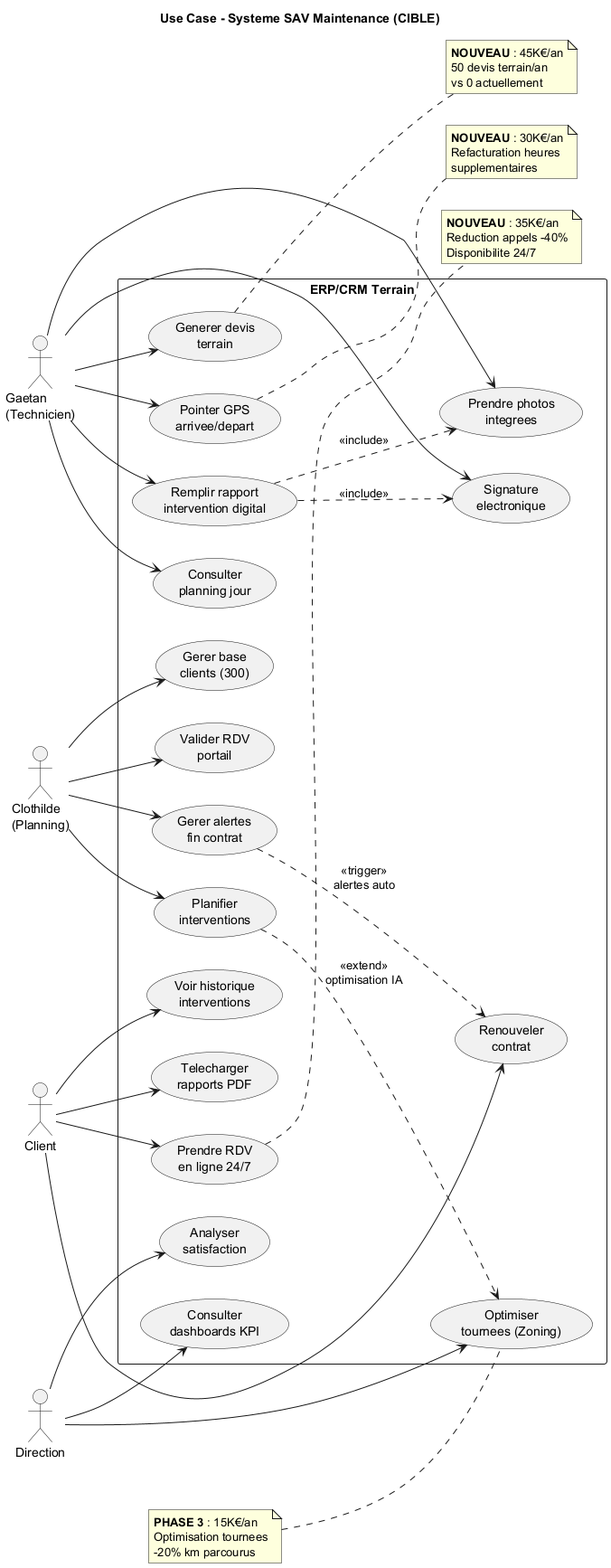
Earlier version of the PlantUML export Services/Maintenance-Technique/uml/png/UseCase_Acteurs.png (JordanSerafini/Audit_Duret). Its diagram source:
```plantuml
@startuml UseCase_Acteurs

title Use Case - Systeme SAV Maintenance (CIBLE)

left to right direction

actor "Gaetan\n(Technicien)" as Tech
actor "Clothilde\n(Planning)" as Clo
actor "Client" as Client
actor "Direction" as Dir

rectangle "ERP/CRM Terrain" {
  usecase "Consulter\nplanning jour" as UC1
  usecase "Remplir rapport\nintervention digital" as UC2
  usecase "Generer devis\nterrain" as UC3
  usecase "Pointer GPS\narrivee/depart" as UC4
  usecase "Prendre photos\nintegrees" as UC5
  usecase "Signature\nelectronique" as UC6

  usecase "Planifier\ninterventions" as UC7
  usecase "Gerer base\nclients (300)" as UC8
  usecase "Valider RDV\nportail" as UC9
  usecase "Gerer alertes\nfin contrat" as UC10

  usecase "Prendre RDV\nen ligne 24/7" as UC11
  usecase "Voir historique\ninterventions" as UC12
  usecase "Telecharger\nrapports PDF" as UC13
  usecase "Renouveler\ncontrat" as UC14

  usecase "Consulter\ndashboards KPI" as UC15
  usecase "Analyser\nsatisfaction" as UC16
  usecase "Optimiser\ntournees (Zoning)" as UC17
}

Tech --> UC1
Tech --> UC2
Tech --> UC3
Tech --> UC4
Tech --> UC5
Tech --> UC6

Clo --> UC7
Clo --> UC8
Clo --> UC9
Clo --> UC10

Client --> UC11
Client --> UC12
Client --> UC13
Client --> UC14

Dir --> UC15
Dir --> UC16
Dir --> UC17

UC2 ..> UC5 : <<include>>
UC2 ..> UC6 : <<include>>

UC7 ..> UC17 : <<extend>>\noptimisation IA

UC10 ..> UC14 : <<trigger>>\nalertes auto

note right of UC3
  **NOUVEAU** : 45K€/an
  50 devis terrain/an
  vs 0 actuellement
end note

note right of UC4
  **NOUVEAU** : 30K€/an
  Refacturation heures
  supplementaires
end note

note right of UC11
  **NOUVEAU** : 35K€/an
  Reduction appels -40%
  Disponibilite 24/7
end note

note left of UC17
  **PHASE 3** : 15K€/an
  Optimisation tournees
  -20% km parcourus
end note

@enduml
```
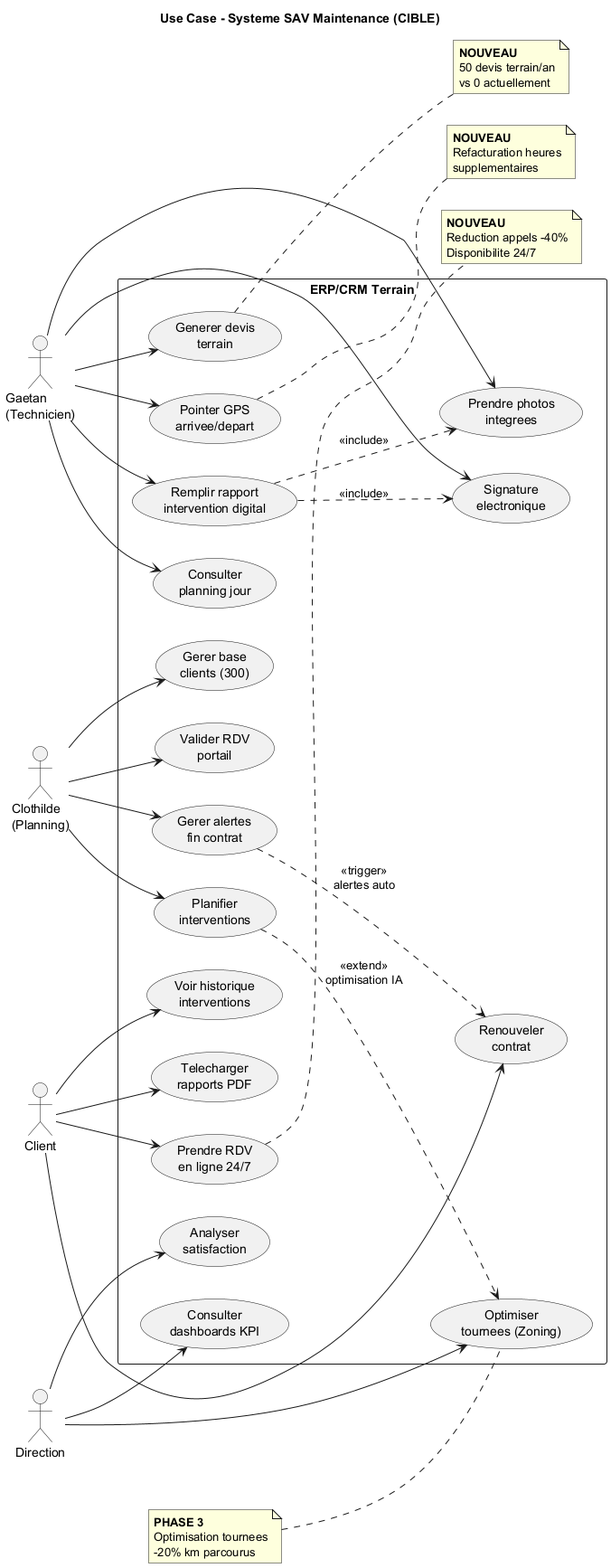
After the change.

Diff of the diagram source:
```diff
@@ -61,25 +61,25 @@
 UC10 ..> UC14 : <<trigger>>\nalertes auto
 
 note right of UC3
-  **NOUVEAU** : 45K€/an
+  **NOUVEAU**
   50 devis terrain/an
   vs 0 actuellement
 end note
 
 note right of UC4
-  **NOUVEAU** : 30K€/an
+  **NOUVEAU**
   Refacturation heures
   supplementaires
 end note
 
 note right of UC11
-  **NOUVEAU** : 35K€/an
+  **NOUVEAU**
   Reduction appels -40%
   Disponibilite 24/7
 end note
 
 note left of UC17
-  **PHASE 3** : 15K€/an
+  **PHASE 3**
   Optimisation tournees
   -20% km parcourus
 end note
```
